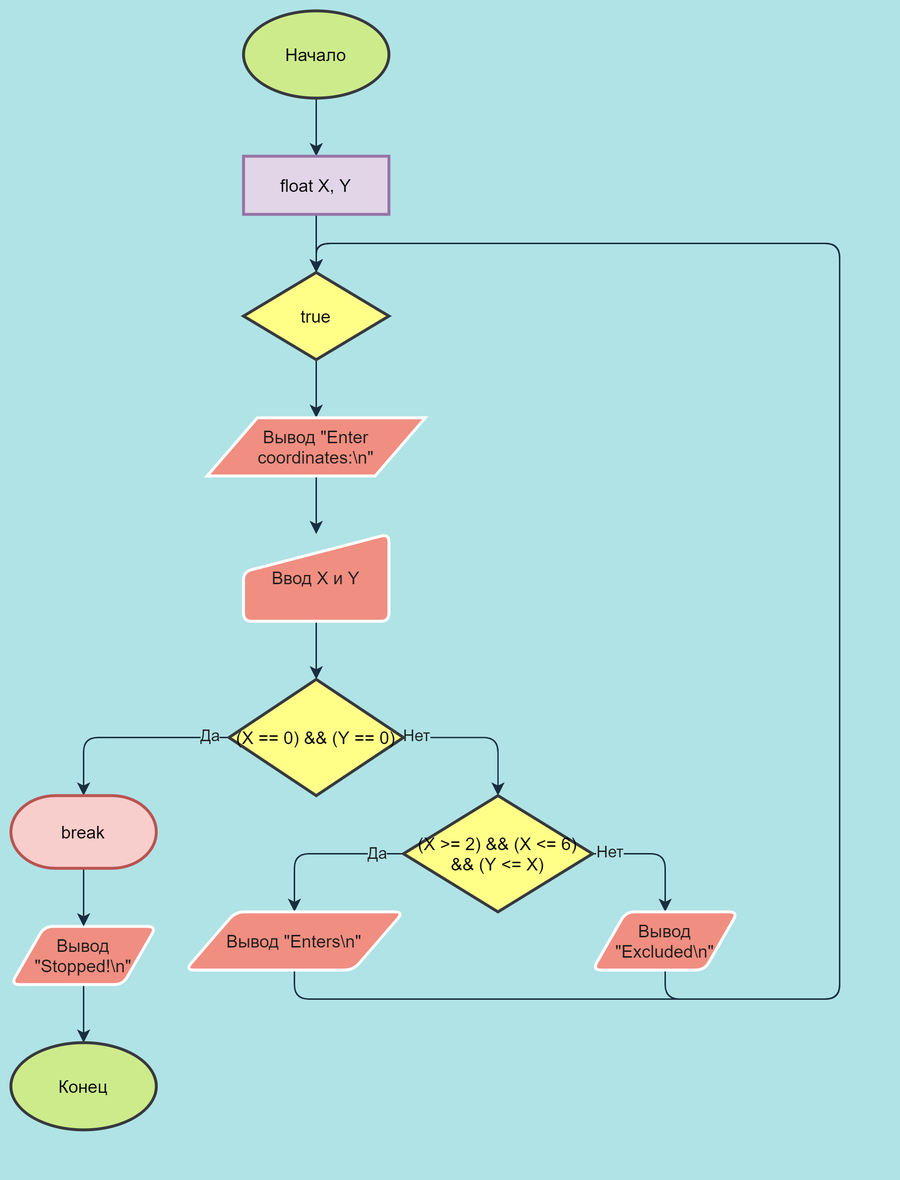
The draw.io diagram Lab1/flowchart.png in MoonFoxy/Programming_labs, before a commit. Source tidied: cells renumbered, new cells last; positions are measured from the earlier drawing's top-left corner, leaving out a move shared by most shapes.
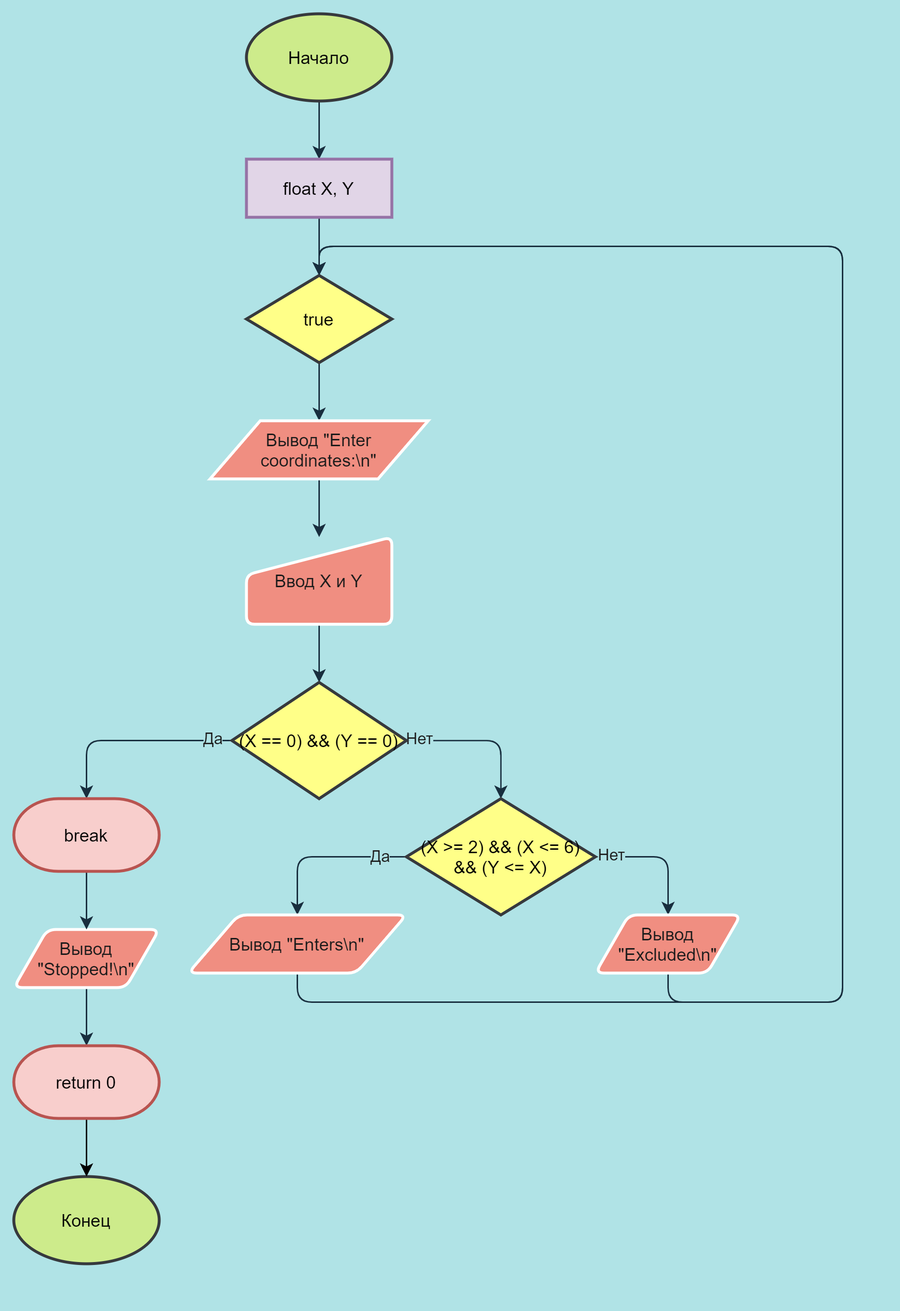
Later version of the same file.

What changed in the source:
```diff
@@ -47,7 +47,7 @@
     <mxCell id="16" value="(X == 0) &amp;amp;&amp;amp; (Y == 0)" style="strokeWidth=2;html=1;shape=mxgraph.flowchart.decision;whiteSpace=wrap;fillColor=#ffff88;strokeColor=#36393d;" parent="1" vertex="1">
       <mxGeometry x="150" y="460" width="120" height="80" as="geometry" />
     </mxCell>
-    <mxCell id="17" style="edgeStyle=orthogonalEdgeStyle;rounded=1;sketch=0;jettySize=auto;html=1;exitX=0.5;exitY=1;exitDx=0;exitDy=0;entryX=0.5;entryY=0;entryDx=0;entryDy=0;entryPerimeter=0;strokeColor=#182E3E;labelBackgroundColor=#B0E3E6;fontColor=#1A1A1A;" parent="1" edge="1" source="18" target="21">
+    <mxCell id="17" style="edgeStyle=orthogonalEdgeStyle;rounded=1;sketch=0;jettySize=auto;html=1;exitX=0.5;exitY=1;exitDx=0;exitDy=0;entryX=0.5;entryY=0;entryDx=0;entryDy=0;entryPerimeter=0;strokeColor=#182E3E;labelBackgroundColor=#B0E3E6;fontColor=#1A1A1A;" parent="1" edge="1" source="18" target="32">
       <mxGeometry relative="1" as="geometry" />
     </mxCell>
     <mxCell id="18" value="Вывод &quot;Stopped!\n&quot;" style="shape=parallelogram;html=1;strokeWidth=2;perimeter=parallelogramPerimeter;whiteSpace=wrap;rounded=1;arcSize=12;size=0.23;sketch=0;fillColor=#F08E81;fontColor=#1A1A1A;strokeColor=#FFFFFF;" parent="1" vertex="1">
@@ -60,7 +60,7 @@
       <mxGeometry y="540" width="100" height="50" as="geometry" />
     </mxCell>
     <mxCell id="21" value="Конец" style="strokeWidth=2;html=1;shape=mxgraph.flowchart.start_1;whiteSpace=wrap;fillColor=#cdeb8b;strokeColor=#36393d;" parent="1" vertex="1">
-      <mxGeometry y="710" width="100" height="60" as="geometry" />
+      <mxGeometry y="800" width="100" height="60" as="geometry" />
     </mxCell>
     <mxCell id="22" style="edgeStyle=orthogonalEdgeStyle;rounded=1;sketch=0;jettySize=auto;html=1;exitX=0;exitY=0.5;exitDx=0;exitDy=0;exitPerimeter=0;entryX=0.5;entryY=0;entryDx=0;entryDy=0;strokeColor=#182E3E;labelBackgroundColor=#B0E3E6;fontColor=#1A1A1A;" parent="1" edge="1" source="26" target="28">
       <mxGeometry relative="1" as="geometry" />
@@ -103,5 +103,11 @@
     <mxCell id="30" value="Вывод &quot;Excluded\n&quot;" style="shape=parallelogram;html=1;strokeWidth=2;perimeter=parallelogramPerimeter;whiteSpace=wrap;rounded=1;arcSize=12;size=0.23;sketch=0;fillColor=#F08E81;fontColor=#1A1A1A;strokeColor=#FFFFFF;" parent="1" vertex="1">
       <mxGeometry x="400" y="620" width="100" height="40" as="geometry" />
     </mxCell>
+    <mxCell id="31" style="edgeStyle=orthogonalEdgeStyle;rounded=0;jettySize=auto;html=1;exitX=0.5;exitY=1;exitDx=0;exitDy=0;exitPerimeter=0;entryX=0.5;entryY=0;entryDx=0;entryDy=0;entryPerimeter=0;" parent="1" edge="1" source="32" target="21">
+      <mxGeometry relative="1" as="geometry" />
+    </mxCell>
+    <mxCell id="32" value="return 0" style="strokeWidth=2;html=1;shape=mxgraph.flowchart.terminator;whiteSpace=wrap;rounded=0;sketch=0;fillColor=#f8cecc;strokeColor=#b85450;" parent="1" vertex="1">
+      <mxGeometry y="710" width="100" height="50" as="geometry" />
+    </mxCell>
   </root>
 </mxGraphModel>
```
